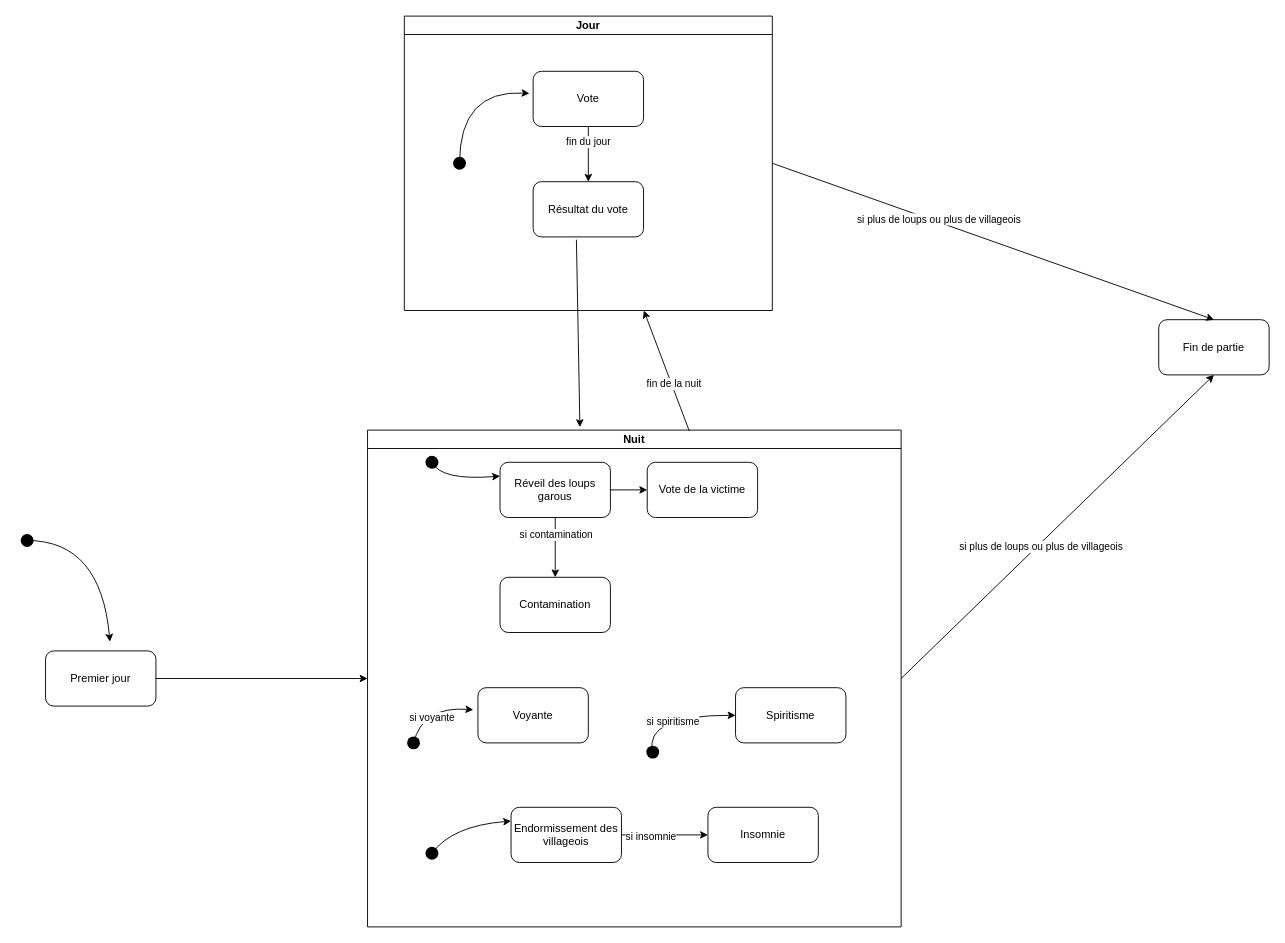
Before: documentation/server/deroulement_partie.drawio in gfhuth/werewolf, a draw.io diagram. Source tidied: cells renumbered, new cells numbered last; positions are measured from the earlier drawing's top-left corner, leaving out a move shared by most shapes. Both pictures are drawn from the tidied source at 92%, with x=0, y=0 at pixel (17, 16).
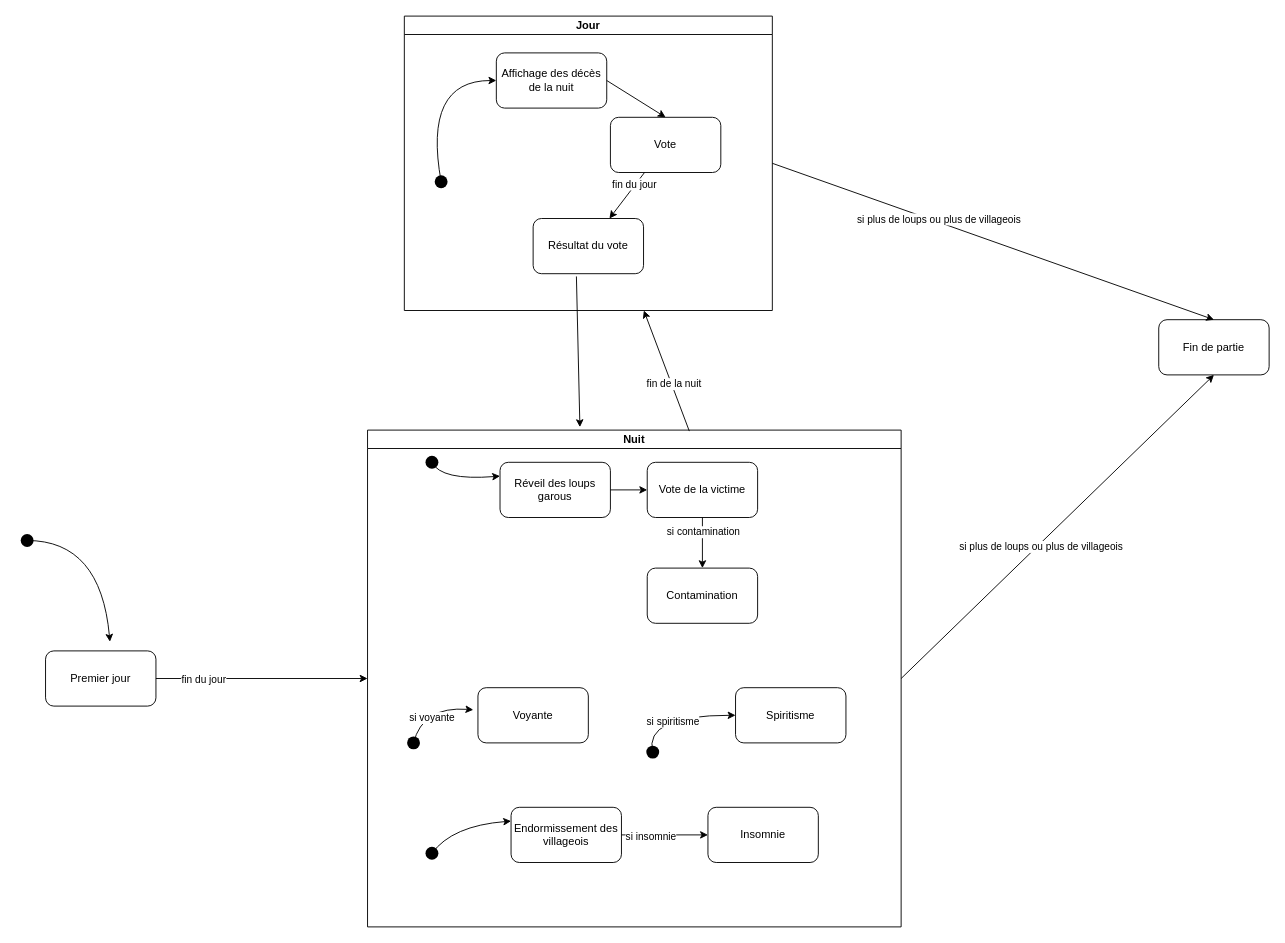
The same diagram, later.

Commit message:
uml ajout d'un élément manquant

The change refers to these unchanged cells:
```xml
<mxCell id="3" value="Jour" style="swimlane;startSize=20;horizontal=1;containerType=tree;" parent="1" vertex="1">
  <mxGeometry x="420" width="400" height="320" as="geometry" />
</mxCell>
<mxCell id="11" value="Nuit" style="swimlane;startSize=20;horizontal=1;containerType=tree;" parent="1" vertex="1">
  <mxGeometry x="380" y="450" width="580" height="540" as="geometry" />
</mxCell>
<mxCell id="12" value="Réveil des loups garous" style="rounded=1;whiteSpace=wrap;html=1;strokeWidth=1;" parent="11" vertex="1">
  <mxGeometry x="144" y="35" width="120" height="60" as="geometry" />
</mxCell>
<mxCell id="16" value="Vote de la victime" style="rounded=1;whiteSpace=wrap;html=1;strokeWidth=1;" parent="11" vertex="1">
  <mxGeometry x="304" y="35" width="120" height="60" as="geometry" />
</mxCell>
<mxCell id="38" style="endArrow=classic;html=1;exitX=1;exitY=0.5;exitDx=0;exitDy=0;entryX=0;entryY=0.5;entryDx=0;entryDy=0;" parent="1" edge="1" source="37" target="11">
  <mxGeometry relative="1" as="geometry" />
</mxCell>
```

Diff of the diagram source:
```diff
@@
     <mxCell id="4" value="Vote" style="rounded=1;whiteSpace=wrap;html=1;strokeWidth=1;" parent="3" vertex="1">
-      <mxGeometry x="140" y="60" width="120" height="60" as="geometry" />
+      <mxGeometry x="224" y="110" width="120" height="60" as="geometry" />
     </mxCell>
-    <mxCell id="5" style="curved=1;endArrow=classic;html=1;exitX=0.7;exitY=-0.05;exitDx=0;exitDy=0;exitPerimeter=0;entryX=-0.033;entryY=0.4;entryDx=0;entryDy=0;entryPerimeter=0;" parent="3" edge="1" source="6" target="4">
-      <mxGeometry relative="1" as="geometry">
-        <Array as="points">
-          <mxPoint x="60" y="80" />
-        </Array>
-      </mxGeometry>
-    </mxCell>
     <mxCell id="6" style="shape=waypoint;sketch=0;fillStyle=solid;size=6;points=[];fillColor=none;perimeter=centerPerimeter;snapToPoint=1;spacing=3;strokeWidth=5;" parent="3" vertex="1">
-      <mxGeometry x="50" y="150" width="20" height="20" as="geometry" />
+      <mxGeometry x="30" y="170" width="20" height="20" as="geometry" />
     </mxCell>
@@
     <mxCell id="9" value="Résultat du vote" style="rounded=1;whiteSpace=wrap;html=1;strokeWidth=1;" parent="3" vertex="1">
-      <mxGeometry x="140" y="180" width="120" height="60" as="geometry" />
+      <mxGeometry x="140" y="220" width="120" height="60" as="geometry" />
     </mxCell>
+    <mxCell id="45" value="Affichage des décès de la nuit" style="rounded=1;whiteSpace=wrap;html=1;" parent="3" vertex="1">
+      <mxGeometry x="100" y="40" width="120" height="60" as="geometry" />
+    </mxCell>
+    <mxCell id="5" style="curved=1;endArrow=classic;html=1;exitX=0.7;exitY=-0.05;exitDx=0;exitDy=0;exitPerimeter=0;" parent="3" edge="1" source="6" target="45">
+      <mxGeometry relative="1" as="geometry">
+        <Array as="points">
+          <mxPoint x="20" y="70" />
+        </Array>
+      </mxGeometry>
+    </mxCell>
+    <mxCell id="46" style="endArrow=classic;html=1;exitX=1;exitY=0.5;exitDx=0;exitDy=0;entryX=0.5;entryY=0;entryDx=0;entryDy=0;" parent="3" edge="1" source="45" target="4">
+      <mxGeometry relative="1" as="geometry" />
+    </mxCell>
@@
     <mxCell id="18" value="Contamination" style="rounded=1;whiteSpace=wrap;html=1;" parent="11" vertex="1">
-      <mxGeometry x="144" y="160" width="120" height="60" as="geometry" />
+      <mxGeometry x="304" y="150" width="120" height="60" as="geometry" />
     </mxCell>
@@
-    <mxCell id="26" style="endArrow=classic;html=1;exitX=0.5;exitY=1;exitDx=0;exitDy=0;entryX=0.5;entryY=0;entryDx=0;entryDy=0;" parent="11" edge="1" source="12" target="18">
+    <mxCell id="26" style="endArrow=classic;html=1;exitX=0.5;exitY=1;exitDx=0;exitDy=0;entryX=0.5;entryY=0;entryDx=0;entryDy=0;" parent="11" edge="1" source="16" target="18">
       <mxGeometry relative="1" as="geometry" />
     </mxCell>
@@
+    <mxCell id="47" value="fin du jour" style="edgeLabel;html=1;align=center;verticalAlign=middle;" parent="38" vertex="1">
+      <mxGeometry x="-0.56" relative="1" as="geometry" />
+    </mxCell>
```
